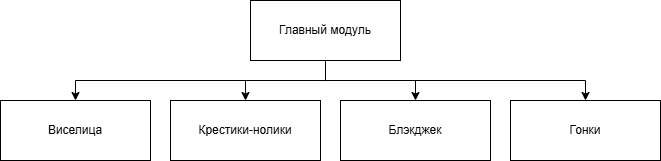
evility7/Mini-games-lab_12- keeps this draw.io diagram as images/Модульная схема проекта.png. Above is the earlier version. Source tidied: cells renumbered, new cells last; positions are measured from the earlier drawing's top-left corner, leaving out a move shared by most shapes. Its diagram source:
```xml
<mxGraphModel>
  <root>
    <mxCell id="0" />
    <mxCell id="1" parent="0" />
    <mxCell id="2" style="edgeStyle=orthogonalEdgeStyle;rounded=0;jettySize=auto;html=1;exitX=0.5;exitY=1;exitDx=0;exitDy=0;" parent="1" edge="1" source="3" target="4">
      <mxGeometry relative="1" as="geometry" />
    </mxCell>
    <mxCell id="3" value="Главный модуль" style="rounded=0;whiteSpace=wrap;html=1;" parent="1" vertex="1">
      <mxGeometry x="250" width="150" height="60" as="geometry" />
    </mxCell>
    <mxCell id="4" value="Виселица" style="rounded=0;whiteSpace=wrap;html=1;" parent="1" vertex="1">
      <mxGeometry y="100" width="150" height="60" as="geometry" />
    </mxCell>
    <mxCell id="5" value="Крестики-нолики" style="rounded=0;whiteSpace=wrap;html=1;" parent="1" vertex="1">
      <mxGeometry x="170" y="100" width="150" height="60" as="geometry" />
    </mxCell>
    <mxCell id="6" value="Блэкджек" style="rounded=0;whiteSpace=wrap;html=1;" parent="1" vertex="1">
      <mxGeometry x="340" y="100" width="150" height="60" as="geometry" />
    </mxCell>
    <mxCell id="7" value="Гонки" style="rounded=0;whiteSpace=wrap;html=1;" parent="1" vertex="1">
      <mxGeometry x="510" y="100" width="150" height="60" as="geometry" />
    </mxCell>
    <mxCell id="8" style="endArrow=classic;html=1;rounded=0;exitX=0.5;exitY=1;exitDx=0;exitDy=0;entryX=0.5;entryY=0;entryDx=0;entryDy=0;" parent="1" edge="1" source="3" target="7">
      <mxGeometry relative="1" as="geometry">
        <Array as="points">
          <mxPoint x="325" y="80" />
          <mxPoint x="585" y="80" />
        </Array>
      </mxGeometry>
    </mxCell>
    <mxCell id="9" style="endArrow=classic;html=1;rounded=0;" parent="1" edge="1" target="6">
      <mxGeometry relative="1" as="geometry">
        <mxPoint x="415" y="80" as="sourcePoint" />
      </mxGeometry>
    </mxCell>
    <mxCell id="10" style="endArrow=classic;html=1;rounded=0;entryX=0.5;entryY=0;entryDx=0;entryDy=0;" parent="1" edge="1" target="5">
      <mxGeometry relative="1" as="geometry">
        <mxPoint x="245" y="80" as="sourcePoint" />
      </mxGeometry>
    </mxCell>
  </root>
</mxGraphModel>
```
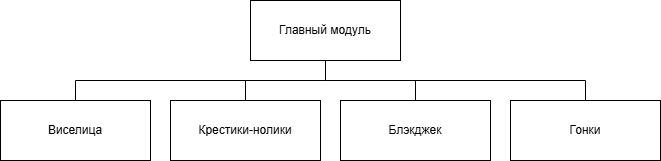
The same file after the commit.

Change to the diagram source:
```diff
@@ -2,9 +2,6 @@
   <root>
     <mxCell id="0" />
     <mxCell id="1" parent="0" />
-    <mxCell id="2" style="edgeStyle=orthogonalEdgeStyle;rounded=0;jettySize=auto;html=1;exitX=0.5;exitY=1;exitDx=0;exitDy=0;" parent="1" edge="1" source="3" target="4">
-      <mxGeometry relative="1" as="geometry" />
-    </mxCell>
     <mxCell id="3" value="Главный модуль" style="rounded=0;whiteSpace=wrap;html=1;" parent="1" vertex="1">
       <mxGeometry x="250" width="150" height="60" as="geometry" />
     </mxCell>
@@ -20,23 +17,31 @@
     <mxCell id="7" value="Гонки" style="rounded=0;whiteSpace=wrap;html=1;" parent="1" vertex="1">
       <mxGeometry x="510" y="100" width="150" height="60" as="geometry" />
     </mxCell>
-    <mxCell id="8" style="endArrow=classic;html=1;rounded=0;exitX=0.5;exitY=1;exitDx=0;exitDy=0;entryX=0.5;entryY=0;entryDx=0;entryDy=0;" parent="1" edge="1" source="3" target="7">
-      <mxGeometry relative="1" as="geometry">
-        <Array as="points">
-          <mxPoint x="325" y="80" />
-          <mxPoint x="585" y="80" />
-        </Array>
-      </mxGeometry>
-    </mxCell>
-    <mxCell id="9" style="endArrow=classic;html=1;rounded=0;" parent="1" edge="1" target="6">
-      <mxGeometry relative="1" as="geometry">
-        <mxPoint x="415" y="80" as="sourcePoint" />
-      </mxGeometry>
-    </mxCell>
-    <mxCell id="10" style="endArrow=classic;html=1;rounded=0;entryX=0.5;entryY=0;entryDx=0;entryDy=0;" parent="1" edge="1" target="5">
-      <mxGeometry relative="1" as="geometry">
-        <mxPoint x="245" y="80" as="sourcePoint" />
-      </mxGeometry>
-    </mxCell>
+    <mxCell id="11" style="endArrow=none;html=1;rounded=0;entryX=0.5;entryY=1;entryDx=0;entryDy=0;exitX=0.5;exitY=0;exitDx=0;exitDy=0;" parent="1" edge="1" source="4" target="3">
+      <mxGeometry relative="1" as="geometry">
+        <Array as="points">
+          <mxPoint x="75" y="80" />
+          <mxPoint x="325" y="80" />
+        </Array>
+      </mxGeometry>
+    </mxCell>
+    <mxCell id="12" style="endArrow=none;html=1;rounded=0;exitX=0.5;exitY=0;exitDx=0;exitDy=0;" parent="1" edge="1" source="5">
+      <mxGeometry relative="1" as="geometry">
+        <mxPoint x="245" y="80" as="targetPoint" />
+      </mxGeometry>
+    </mxCell>
+    <mxCell id="13" style="endArrow=none;html=1;rounded=0;" parent="1" edge="1" source="6">
+      <mxGeometry relative="1" as="geometry">
+        <mxPoint x="415" y="80" as="targetPoint" />
+      </mxGeometry>
+    </mxCell>
+    <mxCell id="14" style="endArrow=none;html=1;rounded=0;exitX=0.5;exitY=0;exitDx=0;exitDy=0;entryX=0.5;entryY=1;entryDx=0;entryDy=0;" parent="1" edge="1" source="7" target="3">
+      <mxGeometry relative="1" as="geometry">
+        <Array as="points">
+          <mxPoint x="585" y="80" />
+          <mxPoint x="325" y="80" />
+        </Array>
+      </mxGeometry>
+    </mxCell>
   </root>
 </mxGraphModel>
```
